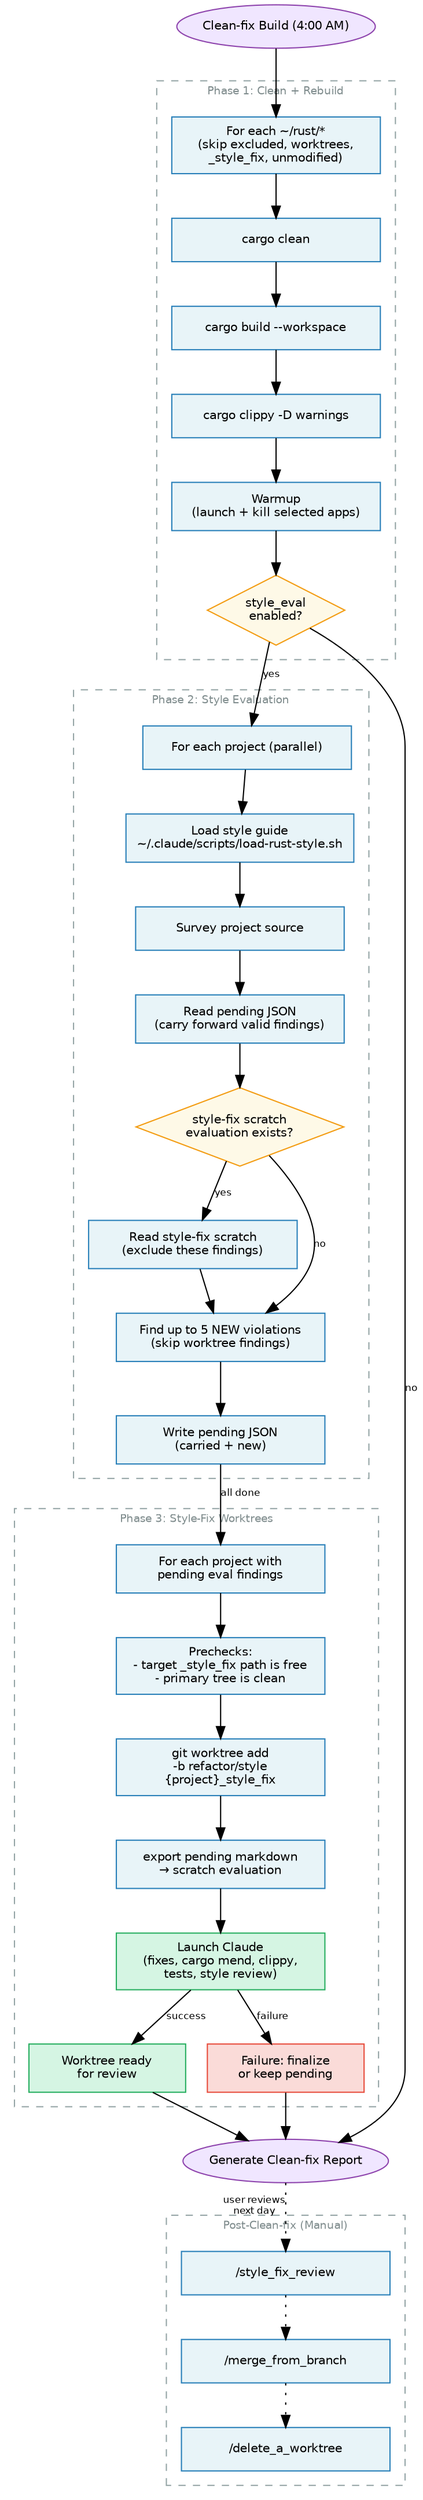
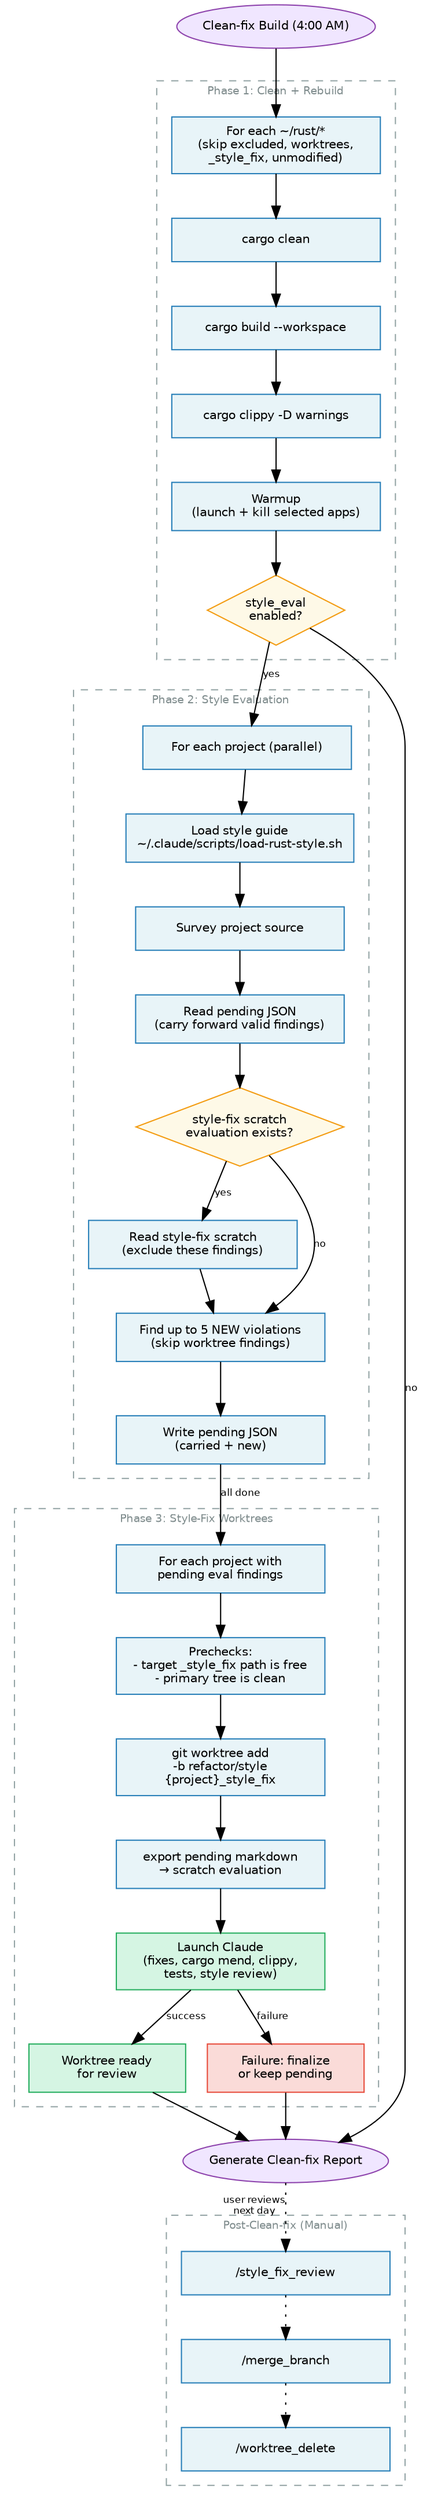
digraph clean_fix_style {
    // ┌─────────────────────────────────────────────────────────────────┐
    // │ LAYOUT GUIDE                                                    │
    // │                                                                 │
    // │ Render:  python3 render-flow.py                                 │
    // │          (runs neato -n2, then injects cluster borders + viewBox)│
    // │                                                                 │
    // │ Cluster membership is parsed from this file automatically —     │
    // │ just add/remove nodes inside the subgraph cluster_* blocks.     │
    // │ The render script reads cluster labels/colors from here too.    │
    // │                                                                 │
    // │ Positions use Graphviz points (1 inch = 72pt).                  │
    // │ Node width=2.4 → 172.8pt. Y spacing between rows: ~55-65pt.    │
    // │                                                                 │
    // │ Column layout (border-to-border gaps, not center gaps):         │
    // │   1. Find widest node per phase (width * 72)                    │
    // │   2. cluster_width = max_content_width + 2 * pad (pad ≈ 25pt)  │
    // │   3. Gap between clusters ≈ 30pt                                │
    // │   4. Phase centers = midpoint of each cluster x-range           │
    // │                                                                 │
    // │ To add a node: add it inside the right subgraph block with a    │
    // │   pos="<center_x>,<y>!" attribute, add edges, re-render.        │
    // │ To remove: delete the node + its edges, re-render.              │
    // │ To add a phase: add a new subgraph cluster_* block, compute     │
    // │   its x-range, shift subsequent phases right, re-render.        │
    // └─────────────────────────────────────────────────────────────────┘
    fontname="Helvetica"
    node [fontname="Helvetica" fontsize=10 style=filled shape=box margin="0.12,0.06" width=2.4 height=0.5]
    edge [fontname="Helvetica" fontsize=8]
    overlap=false
    splines=true

    node [fillcolor="#e8f4f8" color="#2980b9"]

    start [label="Clean-fix Build (4:00 AM)" shape=oval fillcolor="#f0e6ff" color="#8e44ad" width=2.2 pos="141.4,890!"]

    // Cluster-first layout in points:
    // Phase 1 range = [30.0, 252.8], center = 141.4
    // Phase 2 range = [282.8, 505.6], center = 394.2
    // Phase 3 range = [535.6, 864.8], center = 700.2
    // Inter-cluster gap = 30.0

    // ══════ Phase 1: Clean + Rebuild (x center = 141.4) ══════
    subgraph cluster_build {
        label="Phase 1: Clean + Rebuild"
        style=dashed color="#95a5a6" fontcolor="#7f8c8d" fontsize=9
        margin=12

        foreach_project [label="For each ~/rust/*\n(skip excluded, worktrees,\n_style_fix, unmodified)" height=0.65 pos="141.4,790!"]
        clean [label="cargo clean" pos="141.4,720!"]
        build [label="cargo build --workspace" pos="141.4,660!"]
        clippy_build [label="cargo clippy -D warnings" pos="141.4,600!"]
        warmup [label="Warmup\n(launch + kill selected apps)" height=0.55 pos="141.4,535!"]
        style_enabled [label="style_eval\nenabled?" shape=diamond fillcolor="#fef9e7" color="#f39c12" width=1.4 height=0.8 pos="141.4,455!"]
    }

    // ══════ Phase 2: Style Evaluation (x center = 394.2) ══════
    subgraph cluster_eval {
        label="Phase 2: Style Evaluation"
        style=dashed color="#95a5a6" fontcolor="#7f8c8d" fontsize=9
        margin=12

        eval_foreach [label="For each project (parallel)" pos="394.2,790!"]
        load_style [label="Load style guide\n~/.claude/scripts/load-rust-style.sh" height=0.55 pos="394.2,725!"]
        survey [label="Survey project source" pos="394.2,665!"]
        carry_forward [label="Read pending JSON\n(carry forward valid findings)" height=0.55 pos="394.2,600!"]
        check_wt_eval [label="style-fix scratch\nevaluation exists?" shape=diamond fillcolor="#fef9e7" color="#f39c12" width=1.5 height=0.9 pos="394.2,520!"]
        load_wt_eval [label="Read style-fix scratch\n(exclude these findings)" height=0.55 pos="394.2,440!"]
        evaluate [label="Find up to 5 NEW violations\n(skip worktree findings)" height=0.55 pos="394.2,370!"]
        write_eval [label="Write pending JSON\n(carried + new)" height=0.55 pos="394.2,300!"]
    }

    // ══════ Phase 3: Style-Fix Worktrees (x center = 700.2) ══════
    subgraph cluster_fix {
        label="Phase 3: Style-Fix Worktrees"
        style=dashed color="#95a5a6" fontcolor="#7f8c8d" fontsize=9
        margin=12

        fix_foreach [label="For each project with\npending eval findings" height=0.55 pos="700.2,790!"]
        prechecks [label="Prechecks:\n- target _style_fix path is free\n- primary tree is clean" height=0.65 pos="700.2,720!"]
        create_wt [label="git worktree add\n-b refactor/style\n{project}_style_fix" height=0.65 pos="700.2,645!"]
        mv_eval [label="export pending markdown\n→ scratch evaluation" height=0.55 pos="700.2,575!"]
        claude_fix [label="Launch Claude\n(fixes, cargo mend, clippy,\ntests, style review)" fillcolor="#d5f5e3" color="#27ae60" height=0.65 pos="700.2,500!"]
        fix_ok [label="Worktree ready\nfor review" fillcolor="#d5f5e3" color="#27ae60" height=0.55 width=1.8 pos="625.4,425!"]
        fix_fail [label="Failure: finalize\nor keep pending" fillcolor="#fadbd8" color="#e74c3c" height=0.55 width=1.8 pos="775.0,425!"]
    }

    report [label="Generate Clean-fix Report" shape=oval fillcolor="#f0e6ff" color="#8e44ad" width=2.2 pos="447.4,195!"]

    // ══════ Phase 4: Post-Clean-fix Manual ══════
    subgraph cluster_manual {
        label="Post-Clean-fix (Manual)"
        style=dashed color="#95a5a6" fontcolor="#7f8c8d" fontsize=9
        margin=12

        review [label="/style_fix_review" pos="447.4,100!"]
-         merge [label="/merge_from_branch" pos="447.4,40!"]
-         delete_wt [label="/delete_a_worktree" pos="447.4,-20!"]
+         merge [label="/merge_branch" pos="447.4,40!"]
+         delete_wt [label="/worktree_delete" pos="447.4,-20!"]
    }

    // ── Edges ──

    // Start → Phase 1
    start -> foreach_project

    // Phase 1 internal
    foreach_project -> clean -> build -> clippy_build -> warmup -> style_enabled

    // Phase 1 → Phase 2
    style_enabled -> eval_foreach [label="yes"]

    // Phase 1 → Report (skip)
    style_enabled -> report [label="no"]

    // Phase 2 internal
    eval_foreach -> load_style -> survey -> carry_forward -> check_wt_eval
    check_wt_eval -> load_wt_eval [label="yes"]
    check_wt_eval -> evaluate [label="no"]
    load_wt_eval -> evaluate
    evaluate -> write_eval

    // Phase 2 → Phase 3
    write_eval -> fix_foreach [label="all done"]

    // Phase 3 internal
    fix_foreach -> prechecks -> create_wt -> mv_eval -> claude_fix
    claude_fix -> fix_ok [label="success"]
    claude_fix -> fix_fail [label="failure"]

    // Phase 3 → Report
    fix_ok -> report
    fix_fail -> report

    // Report → Manual
    report -> review [style=dotted xlabel="user reviews\nnext day"]
    review -> merge [style=dotted]
    merge -> delete_wt [style=dotted]
}
